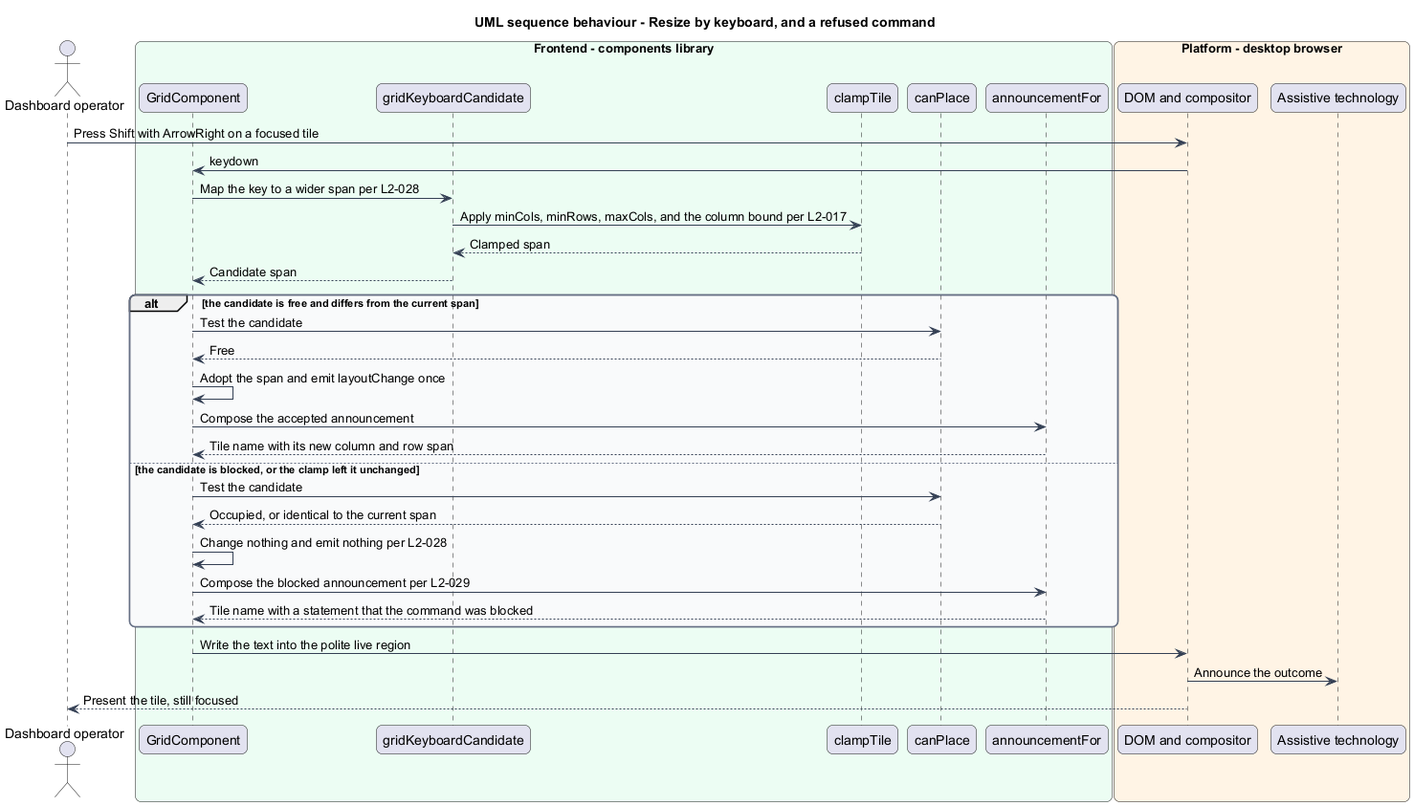
Above: docs/detailed-designs/tile-interaction/move-and-resize-by-keyboard/diagrams/sequence-keyboard-resize-refused.png in QuinntyneBrown/qbc-grid (PlantUML), before the change.
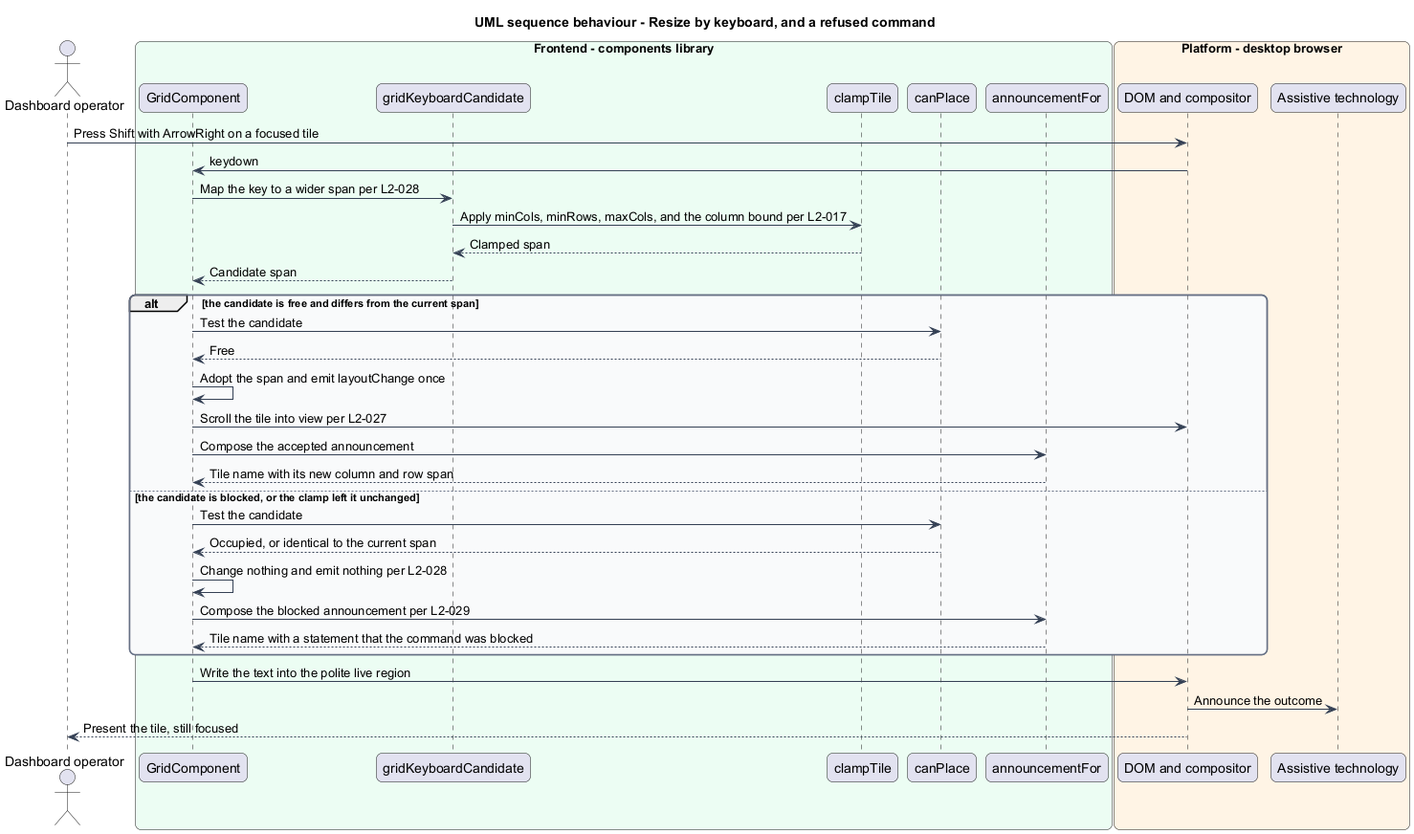
Above is the later version.

Commit message:
docs: bring the keyboard sequences up to date with L2-027

What changed in the source:
```diff
@@ -38,6 +38,7 @@
   grid -> canplace : Test the candidate
   canplace --> grid : Free
   grid -> grid : Adopt the span and emit layoutChange once
+  grid -> dom : Scroll the tile into view per L2-027
   grid -> announce : Compose the accepted announcement
   announce --> grid : Tile name with its new column and row span
 else the candidate is blocked, or the clamp left it unchanged
```
